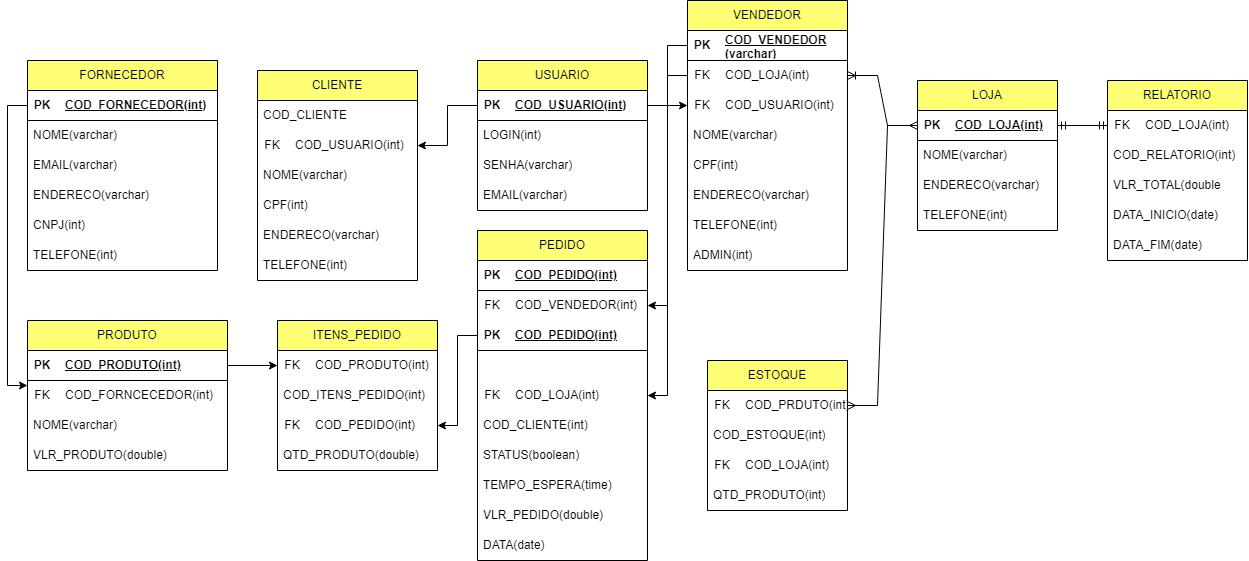
Above: ProjetoLógicoZéDelivery/zedelivery.drawio.png in NicolasKevin2/BD (draw.io), before the change. Source tidied: cells renumbered, new cells last; positions are measured from the earlier drawing's top-left corner, leaving out a move shared by most shapes.
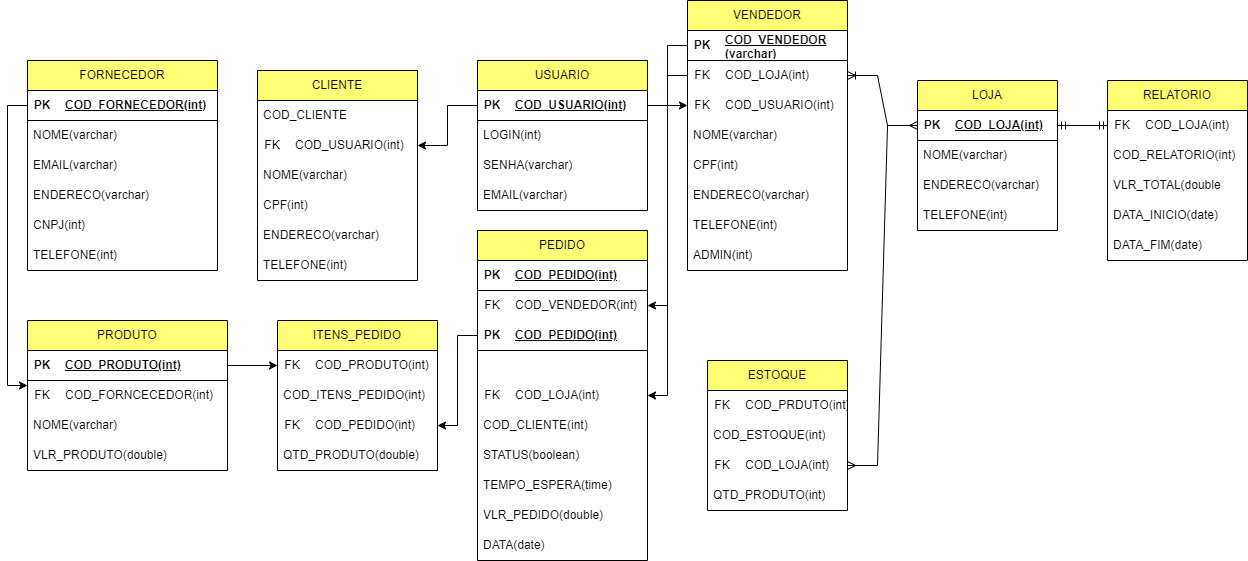
After the commit.

The edit, as a diff of the source:
```diff
@@ -382,7 +382,7 @@
     <mxCell id="126" style="edgeStyle=entityRelationEdgeStyle;fontSize=12;html=1;endArrow=ERoneToMany;rounded=0;" parent="1" edge="1" source="39" target="25">
       <mxGeometry relative="1" as="geometry" />
     </mxCell>
-    <mxCell id="127" style="edgeStyle=entityRelationEdgeStyle;fontSize=12;html=1;endArrow=ERmany;startArrow=ERmany;rounded=0;" parent="1" edge="1" source="100" target="39">
+    <mxCell id="127" style="edgeStyle=entityRelationEdgeStyle;fontSize=12;html=1;endArrow=ERmany;startArrow=ERmany;rounded=0;" parent="1" edge="1" source="105" target="39">
       <mxGeometry relative="1" as="geometry" />
     </mxCell>
   </root>
```
